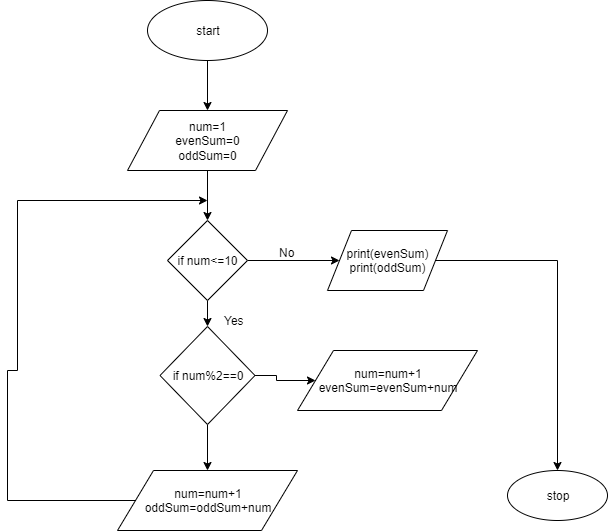
Earlier version of the draw.io export WhileLoop_oddAndevenSum.png (imads33/week1). Source tidied: cells renumbered, new cells last; positions are measured from the earlier drawing's top-left corner, leaving out a move shared by most shapes.
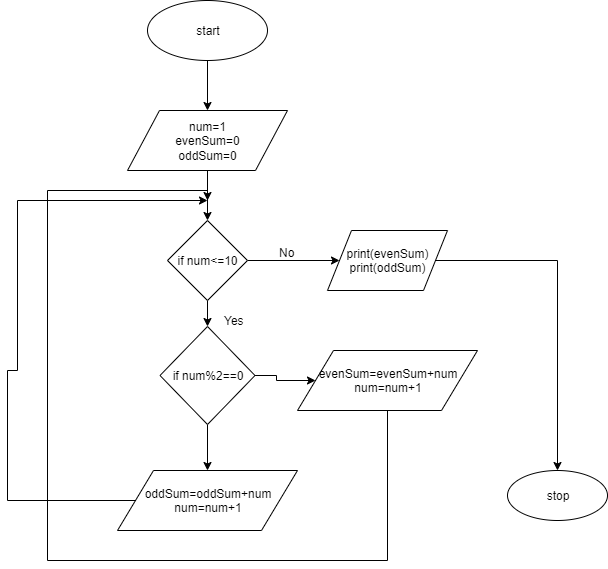
After the commit.

Change to the diagram source:
```diff
@@ -23,17 +23,17 @@
     <mxCell id="8" value="if num&amp;lt;=10" style="rhombus;whiteSpace=wrap;html=1;" parent="1" vertex="1">
       <mxGeometry x="160" y="220" width="80" height="80" as="geometry" />
     </mxCell>
-    <mxCell id="9" style="edgeStyle=orthogonalEdgeStyle;rounded=0;jettySize=auto;html=1;exitX=0;exitY=0.5;exitDx=0;exitDy=0;" parent="1" edge="1" source="19">
-      <mxGeometry relative="1" as="geometry">
-        <mxPoint x="200" y="200" as="targetPoint" />
-        <Array as="points">
-          <mxPoint y="500" />
-          <mxPoint y="370" />
-          <mxPoint x="10" y="370" />
-          <mxPoint x="10" y="200" />
-        </Array>
-      </mxGeometry>
-    </mxCell>
+    <mxCell id="20" style="edgeStyle=orthogonalEdgeStyle;rounded=0;jettySize=auto;html=1;exitX=0;exitY=0.5;exitDx=0;exitDy=0;" parent="1" edge="1" source="25">
+      <mxGeometry relative="1" as="geometry">
+        <mxPoint x="200" y="200" as="targetPoint" />
+        <Array as="points">
+          <mxPoint y="500" />
+          <mxPoint y="370" />
+          <mxPoint x="10" y="370" />
+          <mxPoint x="10" y="200" />
+        </Array>
+      </mxGeometry>
+    </mxCell>
     <mxCell id="10" value="stop" style="ellipse;whiteSpace=wrap;html=1;" parent="1" vertex="1">
       <mxGeometry x="500" y="470" width="100" height="50" as="geometry" />
     </mxCell>
@@ -49,20 +49,31 @@
     <mxCell id="14" value="print(evenSum)&lt;br&gt;print(oddSum)" style="shape=parallelogram;perimeter=parallelogramPerimeter;whiteSpace=wrap;html=1;" parent="1" vertex="1">
       <mxGeometry x="320" y="230" width="120" height="60" as="geometry" />
     </mxCell>
-    <mxCell id="15" value="num=num+1&lt;br&gt;evenSum=evenSum+num" style="shape=parallelogram;perimeter=parallelogramPerimeter;whiteSpace=wrap;html=1;" parent="1" vertex="1">
-      <mxGeometry x="290" y="350" width="180" height="60" as="geometry" />
-    </mxCell>
-    <mxCell id="16" style="edgeStyle=orthogonalEdgeStyle;rounded=0;jettySize=auto;html=1;entryX=0;entryY=0.5;entryDx=0;entryDy=0;" parent="1" edge="1" source="18" target="15">
-      <mxGeometry relative="1" as="geometry" />
-    </mxCell>
-    <mxCell id="17" style="edgeStyle=orthogonalEdgeStyle;rounded=0;jettySize=auto;html=1;entryX=0.5;entryY=0;entryDx=0;entryDy=0;" parent="1" edge="1" source="18" target="19">
-      <mxGeometry relative="1" as="geometry" />
-    </mxCell>
+    <mxCell id="21" style="edgeStyle=orthogonalEdgeStyle;rounded=0;jettySize=auto;html=1;" parent="1" edge="1" source="22">
+      <mxGeometry relative="1" as="geometry">
+        <mxPoint x="200" y="200" as="targetPoint" />
+        <Array as="points">
+          <mxPoint x="380" y="560" />
+          <mxPoint x="40" y="560" />
+          <mxPoint x="40" y="190" />
+          <mxPoint x="200" y="190" />
+        </Array>
+      </mxGeometry>
+    </mxCell>
+    <mxCell id="22" value="evenSum=evenSum+num&lt;br&gt;num=num+1" style="shape=parallelogram;perimeter=parallelogramPerimeter;whiteSpace=wrap;html=1;" parent="1" vertex="1">
+      <mxGeometry x="290" y="350" width="180" height="60" as="geometry" />
+    </mxCell>
+    <mxCell id="23" style="edgeStyle=orthogonalEdgeStyle;rounded=0;jettySize=auto;html=1;entryX=0;entryY=0.5;entryDx=0;entryDy=0;" parent="1" edge="1" source="18" target="22">
+      <mxGeometry relative="1" as="geometry" />
+    </mxCell>
+    <mxCell id="24" style="edgeStyle=orthogonalEdgeStyle;rounded=0;jettySize=auto;html=1;entryX=0.5;entryY=0;entryDx=0;entryDy=0;" parent="1" edge="1" source="18" target="25">
+      <mxGeometry relative="1" as="geometry" />
+    </mxCell>
     <mxCell id="18" value="if num%2==0" style="rhombus;whiteSpace=wrap;html=1;direction=north;" parent="1" vertex="1">
       <mxGeometry x="152.5" y="326" width="95" height="98" as="geometry" />
     </mxCell>
-    <mxCell id="19" value="num=num+1&lt;br&gt;oddSum=oddSum+num" style="shape=parallelogram;perimeter=parallelogramPerimeter;whiteSpace=wrap;html=1;" parent="1" vertex="1">
-      <mxGeometry x="110" y="470" width="180" height="60" as="geometry" />
-    </mxCell>
+    <mxCell id="25" value="oddSum=oddSum+num&lt;br&gt;num=num+1" style="shape=parallelogram;perimeter=parallelogramPerimeter;whiteSpace=wrap;html=1;" parent="1" vertex="1">
+      <mxGeometry x="110" y="470" width="180" height="60" as="geometry" />
+    </mxCell>
   </root>
 </mxGraphModel>
```
